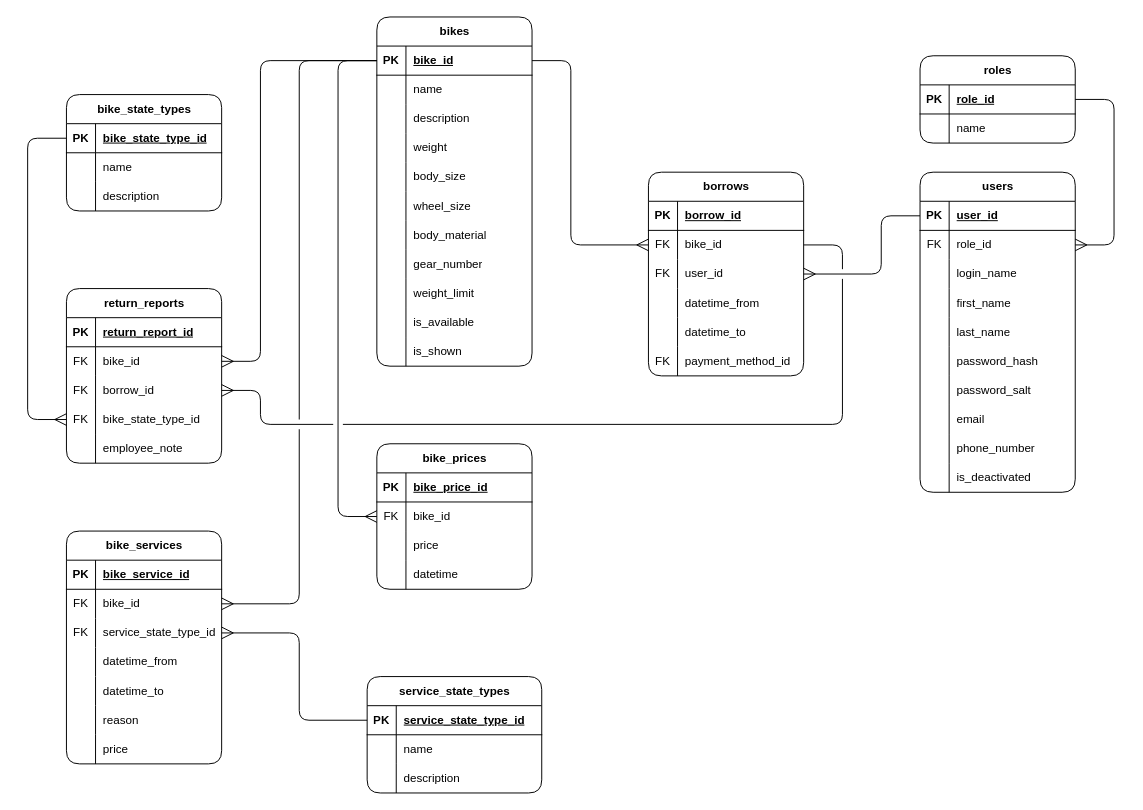
This is page "ER Diagram" (6 of 6) of diagrams.drawio from KrazyManJ/jolt, a draw.io file, before an edit. Source tidied: cells renumbered, new cells numbered last; positions are measured from the earlier drawing's top-left corner, leaving out a move shared by most shapes. Both pictures are drawn from the tidied source at 97%, with x=0, y=0 at pixel (27, 16).
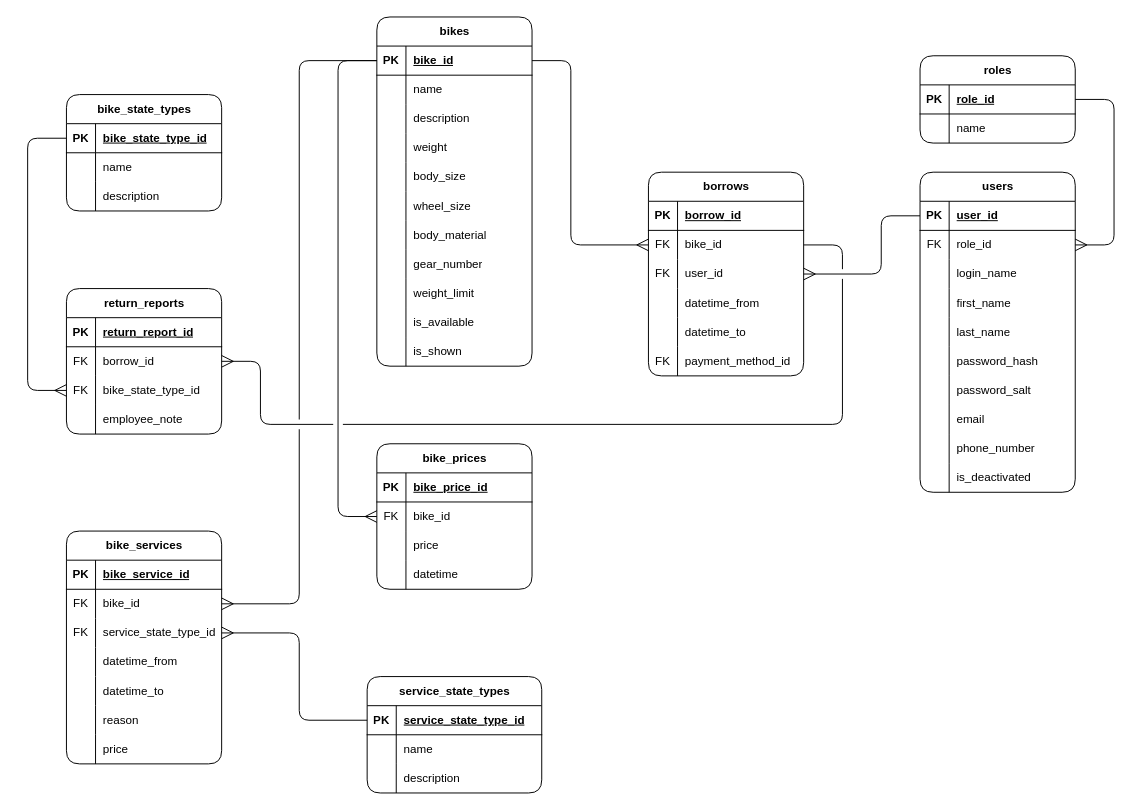
After the change.

The change refers to these unchanged cells:
```xml
<mxCell id="3" style="shape=tableRow;horizontal=0;startSize=0;swimlaneHead=0;swimlaneBody=0;fillColor=none;points=[[0,0.5],[1,0.5]];portConstraint=eastwest;top=0;left=0;right=0;bottom=1;html=1;" parent="2" vertex="1">
  <mxGeometry y="30" width="160" height="30" as="geometry" />
</mxCell>
<mxCell id="40" style="shape=tableRow;horizontal=0;startSize=0;swimlaneHead=0;swimlaneBody=0;fillColor=none;points=[[0,0.5],[1,0.5]];portConstraint=eastwest;top=0;left=0;right=0;bottom=0;html=1;" parent="36" vertex="1">
  <mxGeometry y="60" width="160" height="30" as="geometry" />
</mxCell>
<mxCell id="152" style="shape=tableRow;horizontal=0;startSize=0;swimlaneHead=0;swimlaneBody=0;fillColor=none;points=[[0,0.5],[1,0.5]];portConstraint=eastwest;top=0;left=0;right=0;bottom=1;html=1;" parent="151" vertex="1">
  <mxGeometry y="30" width="160" height="30" as="geometry" />
</mxCell>
```

Diff of the diagram source:
```diff
@@
     <mxCell id="132" value="return_reports" style="shape=table;startSize=30;childLayout=tableLayout;rowLines=0;fontStyle=1;align=center;html=1;rounded=1;" parent="1" vertex="1">
-      <mxGeometry x="40" y="280" width="160" height="180" as="geometry" />
+      <mxGeometry x="40" y="280" width="160" height="150" as="geometry" />
     </mxCell>
@@
-    <mxCell id="136" style="shape=tableRow;horizontal=0;startSize=0;swimlaneHead=0;swimlaneBody=0;fillColor=none;points=[[0,0.5],[1,0.5]];portConstraint=eastwest;top=0;left=0;right=0;bottom=0;html=1;" parent="132" vertex="1">
-      <mxGeometry y="60" width="160" height="30" as="geometry" />
-    </mxCell>
-    <mxCell id="137" value="FK" style="shape=partialRectangle;fillColor=none;top=0;left=0;bottom=0;right=0;overflow=hidden;html=1;fontStyle=0;" parent="136" vertex="1">
-      <mxGeometry width="30" height="30" as="geometry" />
-    </mxCell>
-    <mxCell id="138" value="bike_id" style="shape=partialRectangle;fillColor=none;top=0;left=0;bottom=0;right=0;align=left;spacingLeft=6;overflow=hidden;html=1;" parent="136" vertex="1">
-      <mxGeometry x="30" width="130" height="30" as="geometry" />
-    </mxCell>
     <mxCell id="139" style="shape=tableRow;horizontal=0;startSize=0;swimlaneHead=0;swimlaneBody=0;fillColor=none;points=[[0,0.5],[1,0.5]];portConstraint=eastwest;top=0;left=0;right=0;bottom=0;html=1;" parent="132" vertex="1">
-      <mxGeometry y="90" width="160" height="30" as="geometry" />
+      <mxGeometry y="60" width="160" height="30" as="geometry" />
     </mxCell>
@@
     <mxCell id="142" style="shape=tableRow;horizontal=0;startSize=0;swimlaneHead=0;swimlaneBody=0;fillColor=none;points=[[0,0.5],[1,0.5]];portConstraint=eastwest;top=0;left=0;right=0;bottom=0;html=1;" parent="132" vertex="1">
-      <mxGeometry y="120" width="160" height="30" as="geometry" />
+      <mxGeometry y="90" width="160" height="30" as="geometry" />
     </mxCell>
@@
     <mxCell id="145" style="shape=tableRow;horizontal=0;startSize=0;swimlaneHead=0;swimlaneBody=0;fillColor=none;top=0;left=0;right=0;bottom=0;html=1;" parent="132" vertex="1">
-      <mxGeometry y="150" width="160" height="30" as="geometry" />
+      <mxGeometry y="120" width="160" height="30" as="geometry" />
     </mxCell>
@@
-    <mxCell id="148" style="edgeStyle=orthogonalEdgeStyle;rounded=1;jumpStyle=gap;jumpSize=10;jettySize=auto;html=1;exitX=0;exitY=0.5;exitDx=0;exitDy=0;entryX=1;entryY=0.5;entryDx=0;entryDy=0;endArrow=ERmany;endFill=0;startSize=10;endSize=10;" parent="1" edge="1" source="3" target="136">
-      <mxGeometry relative="1" as="geometry">
-        <Array as="points">
-          <mxPoint x="240" y="45" />
-          <mxPoint x="240" y="355" />
-        </Array>
-      </mxGeometry>
-    </mxCell>
     <mxCell id="149" style="edgeStyle=orthogonalEdgeStyle;rounded=1;jumpStyle=gap;jumpSize=10;jettySize=auto;html=1;exitX=1;exitY=0.5;exitDx=0;exitDy=0;entryX=1;entryY=0.5;entryDx=0;entryDy=0;endArrow=ERmany;endFill=0;startSize=10;endSize=10;" parent="1" edge="1" source="40" target="139">
       <mxGeometry relative="1" as="geometry">
         <Array as="points">
           <mxPoint x="840" y="235" />
           <mxPoint x="840" y="420" />
           <mxPoint x="240" y="420" />
-          <mxPoint x="240" y="385" />
+          <mxPoint x="240" y="355" />
         </Array>
       </mxGeometry>
     </mxCell>
@@
     <mxCell id="161" style="edgeStyle=orthogonalEdgeStyle;rounded=1;jumpStyle=gap;jumpSize=10;jettySize=auto;html=1;exitX=0;exitY=0.5;exitDx=0;exitDy=0;entryX=0;entryY=0.5;entryDx=0;entryDy=0;endArrow=ERmany;endFill=0;startSize=10;endSize=10;" parent="1" edge="1" source="152" target="142">
       <mxGeometry relative="1" as="geometry">
         <Array as="points">
           <mxPoint y="125" />
-          <mxPoint y="415" />
+          <mxPoint y="385" />
         </Array>
       </mxGeometry>
     </mxCell>
```
